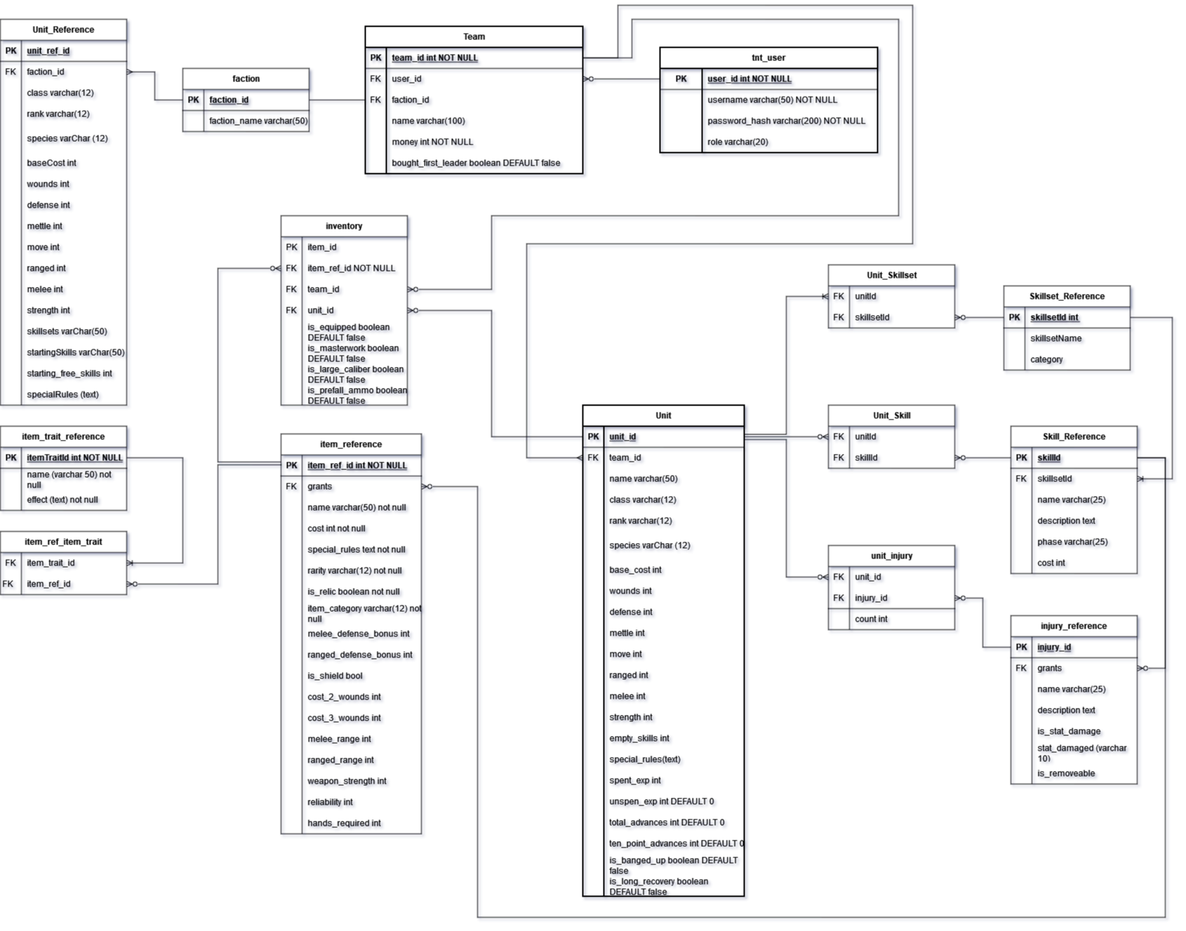
Before: Database/databaseERD.png, a diagram exported from draw.io (kmeadows3/TnT-Team-Builder). Source tidied: cells renumbered, new cells last; positions are measured from the earlier drawing's top-left corner, leaving out a move shared by most shapes.
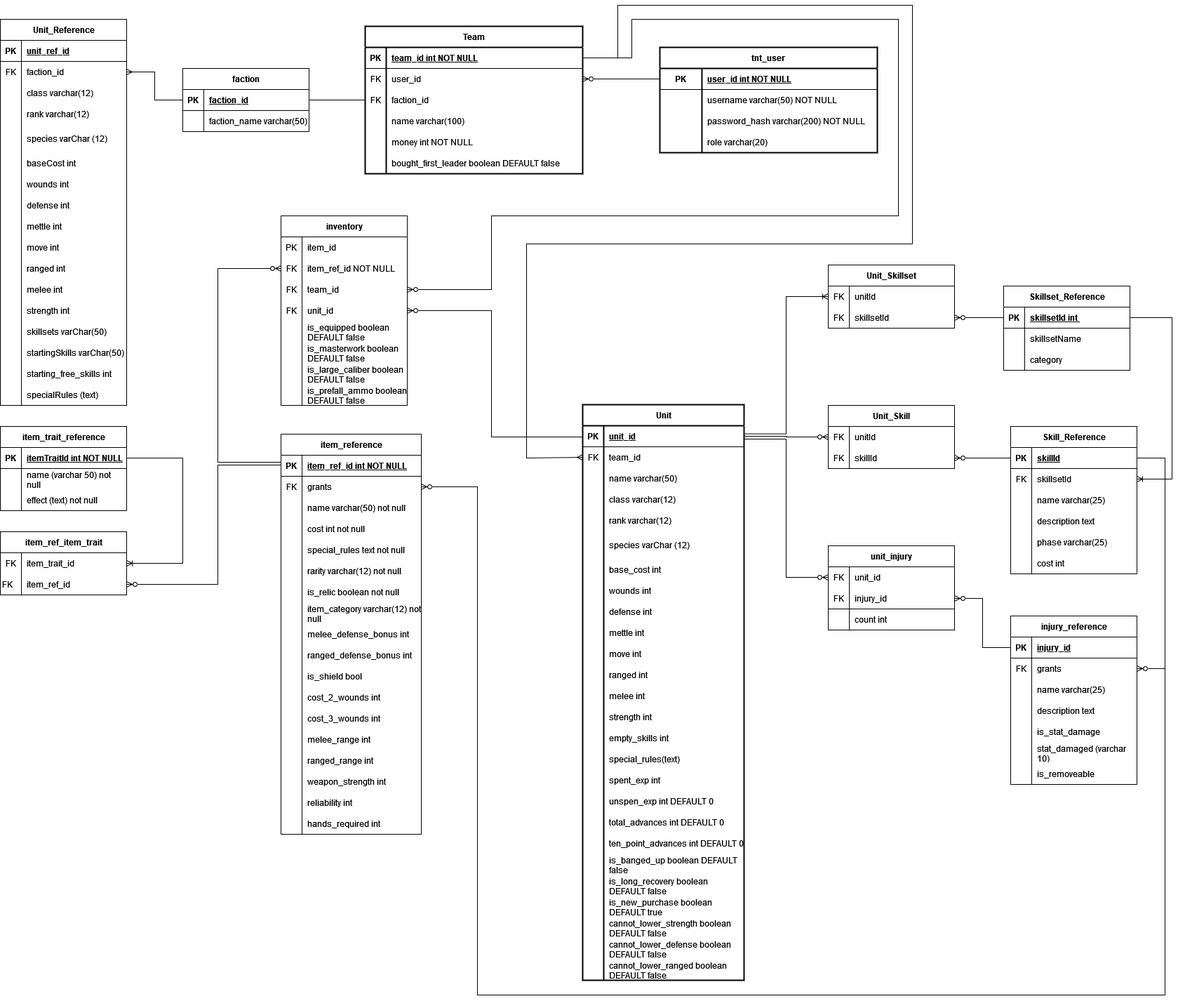
After the change.

What changed in the source:
```diff
@@ -331,7 +331,7 @@
       </mxGeometry>
     </mxCell>
     <mxCell id="108" value="Unit" style="shape=table;startSize=30;rowLines=0;fontStyle=1;align=center;html=1;strokeWidth=2;" parent="1" vertex="1">
-      <mxGeometry x="830" y="570" width="230" height="700" as="geometry" />
+      <mxGeometry x="830" y="569" width="230" height="820" as="geometry" />
     </mxCell>
     <mxCell id="109" style="shape=tableRow;horizontal=0;startSize=0;swimlaneHead=0;swimlaneBody=0;fillColor=none;points=[[0,0.5],[1,0.5]];portConstraint=eastwest;top=0;left=0;right=0;bottom=1;" parent="108" vertex="1">
       <mxGeometry y="30" width="230" height="30" as="geometry" />
@@ -531,6 +531,42 @@
     <mxCell id="174" value="is_long_recovery boolean DEFAULT false" style="shape=partialRectangle;fillColor=none;top=0;left=0;bottom=0;right=0;align=left;spacingLeft=6;overflow=hidden;whiteSpace=wrap;html=1;" parent="172" vertex="1">
       <mxGeometry x="30" width="200" height="30" as="geometry" />
     </mxCell>
+    <mxCell id="350" style="shape=tableRow;horizontal=0;startSize=0;swimlaneHead=0;swimlaneBody=0;fillColor=none;top=0;left=0;right=0;bottom=0;" parent="108" vertex="1">
+      <mxGeometry y="700" width="230" height="30" as="geometry" />
+    </mxCell>
+    <mxCell id="351" style="shape=partialRectangle;fillColor=none;top=0;left=0;bottom=0;right=0;overflow=hidden;whiteSpace=wrap;html=1;" parent="350" vertex="1">
+      <mxGeometry width="30" height="30" as="geometry" />
+    </mxCell>
+    <mxCell id="352" value="is_new_purchase boolean DEFAULT true" style="shape=partialRectangle;fillColor=none;top=0;left=0;bottom=0;right=0;align=left;spacingLeft=6;overflow=hidden;whiteSpace=wrap;html=1;" parent="350" vertex="1">
+      <mxGeometry x="30" width="200" height="30" as="geometry" />
+    </mxCell>
+    <mxCell id="353" style="shape=tableRow;horizontal=0;startSize=0;swimlaneHead=0;swimlaneBody=0;fillColor=none;top=0;left=0;right=0;bottom=0;" parent="108" vertex="1">
+      <mxGeometry y="730" width="230" height="30" as="geometry" />
+    </mxCell>
+    <mxCell id="354" style="shape=partialRectangle;fillColor=none;top=0;left=0;bottom=0;right=0;overflow=hidden;whiteSpace=wrap;html=1;" parent="353" vertex="1">
+      <mxGeometry width="30" height="30" as="geometry" />
+    </mxCell>
+    <mxCell id="355" value="cannot_lower_strength boolean DEFAULT false" style="shape=partialRectangle;fillColor=none;top=0;left=0;bottom=0;right=0;align=left;spacingLeft=6;overflow=hidden;whiteSpace=wrap;html=1;" parent="353" vertex="1">
+      <mxGeometry x="30" width="200" height="30" as="geometry" />
+    </mxCell>
+    <mxCell id="356" style="shape=tableRow;horizontal=0;startSize=0;swimlaneHead=0;swimlaneBody=0;fillColor=none;top=0;left=0;right=0;bottom=0;" parent="108" vertex="1">
+      <mxGeometry y="760" width="230" height="30" as="geometry" />
+    </mxCell>
+    <mxCell id="357" style="shape=partialRectangle;fillColor=none;top=0;left=0;bottom=0;right=0;overflow=hidden;whiteSpace=wrap;html=1;" parent="356" vertex="1">
+      <mxGeometry width="30" height="30" as="geometry" />
+    </mxCell>
+    <mxCell id="358" value="cannot_lower_defense boolean DEFAULT false" style="shape=partialRectangle;fillColor=none;top=0;left=0;bottom=0;right=0;align=left;spacingLeft=6;overflow=hidden;whiteSpace=wrap;html=1;" parent="356" vertex="1">
+      <mxGeometry x="30" width="200" height="30" as="geometry" />
+    </mxCell>
+    <mxCell id="359" style="shape=tableRow;horizontal=0;startSize=0;swimlaneHead=0;swimlaneBody=0;fillColor=none;top=0;left=0;right=0;bottom=0;" parent="108" vertex="1">
+      <mxGeometry y="790" width="230" height="30" as="geometry" />
+    </mxCell>
+    <mxCell id="360" style="shape=partialRectangle;fillColor=none;top=0;left=0;bottom=0;right=0;overflow=hidden;whiteSpace=wrap;html=1;" parent="359" vertex="1">
+      <mxGeometry width="30" height="30" as="geometry" />
+    </mxCell>
+    <mxCell id="361" value="cannot_lower_ranged boolean DEFAULT false" style="shape=partialRectangle;fillColor=none;top=0;left=0;bottom=0;right=0;align=left;spacingLeft=6;overflow=hidden;whiteSpace=wrap;html=1;" parent="359" vertex="1">
+      <mxGeometry x="30" width="200" height="30" as="geometry" />
+    </mxCell>
     <mxCell id="175" style="edgeStyle=orthogonalEdgeStyle;rounded=0;jettySize=auto;html=1;exitX=1;exitY=0.5;exitDx=0;exitDy=0;entryX=0;entryY=0.5;entryDx=0;entryDy=0;endArrow=ERmany;endFill=0;" parent="1" edge="1" source="16" target="112">
       <mxGeometry relative="1" as="geometry">
         <Array as="points">
@@ -1105,8 +1141,8 @@
       <mxGeometry relative="1" as="geometry">
         <Array as="points">
           <mxPoint x="680" y="686" />
-          <mxPoint x="680" y="1300" />
-          <mxPoint x="1660" y="1300" />
+          <mxPoint x="680" y="1410" />
+          <mxPoint x="1660" y="1410" />
           <mxPoint x="1660" y="645" />
         </Array>
       </mxGeometry>
```
